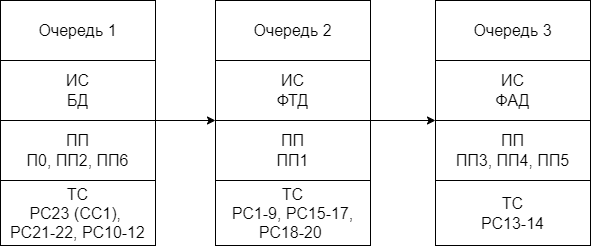
Earlier version of the draw.io export Zaoch/19/img/lab6.png (meesery/PAS). Source tidied: cells renumbered, new cells last; positions are measured from the earlier drawing's top-left corner, leaving out a move shared by most shapes.
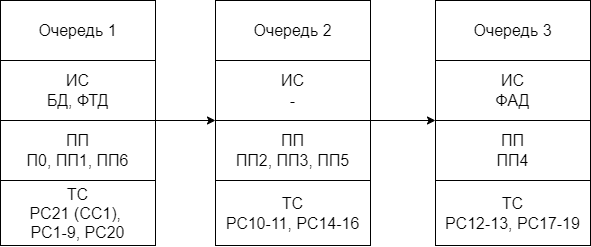
Later version of the same file.

The edit, as a diff of the source:
```diff
@@ -8,13 +8,13 @@
     <mxCell id="3" value="&lt;font style=&quot;font-size: 16px;&quot;&gt;Очередь 1&lt;/font&gt;" style="rounded=0;whiteSpace=wrap;html=1;" parent="1" vertex="1">
       <mxGeometry width="155" height="60" as="geometry" />
     </mxCell>
-    <mxCell id="4" value="&lt;font style=&quot;font-size: 16px;&quot;&gt;ИС&lt;br&gt;БД&lt;br&gt;&lt;/font&gt;" style="rounded=0;whiteSpace=wrap;html=1;" parent="1" vertex="1">
+    <mxCell id="4" value="&lt;font style=&quot;font-size: 16px;&quot;&gt;ИС&lt;br&gt;БД, ФТД&lt;br&gt;&lt;/font&gt;" style="rounded=0;whiteSpace=wrap;html=1;" parent="1" vertex="1">
       <mxGeometry y="60" width="155" height="60" as="geometry" />
     </mxCell>
-    <mxCell id="5" value="&lt;font style=&quot;&quot;&gt;&lt;span style=&quot;font-size: 16px;&quot;&gt;ПП&lt;/span&gt;&lt;br&gt;&lt;font style=&quot;font-size: 16px;&quot;&gt;П0, ПП2, ПП6&lt;/font&gt;&lt;br&gt;&lt;/font&gt;" style="rounded=0;whiteSpace=wrap;html=1;" parent="1" vertex="1">
+    <mxCell id="5" value="&lt;font style=&quot;&quot;&gt;&lt;span style=&quot;font-size: 16px;&quot;&gt;ПП&lt;/span&gt;&lt;br&gt;&lt;font style=&quot;font-size: 16px;&quot;&gt;П0, ПП1, ПП6&lt;/font&gt;&lt;br&gt;&lt;/font&gt;" style="rounded=0;whiteSpace=wrap;html=1;" parent="1" vertex="1">
       <mxGeometry y="120" width="155" height="60" as="geometry" />
     </mxCell>
-    <mxCell id="6" value="&lt;font style=&quot;font-size: 16px;&quot;&gt;&lt;span style=&quot;font-size: 16px;&quot;&gt;ТС&lt;br&gt;&lt;/span&gt;&lt;span style=&quot;background-color: initial;&quot;&gt;РС23 (СС1),&amp;nbsp;&lt;br&gt;&lt;/span&gt;&lt;span style=&quot;line-height: 106%;&quot;&gt;РС21-22, РС10-12&lt;/span&gt;&lt;br&gt;&lt;/font&gt;" style="rounded=0;whiteSpace=wrap;html=1;" parent="1" vertex="1">
+    <mxCell id="6" value="&lt;font style=&quot;font-size: 16px;&quot;&gt;&lt;span style=&quot;font-size: 16px;&quot;&gt;ТС&lt;br&gt;&lt;/span&gt;&lt;span style=&quot;background-color: initial;&quot;&gt;РС21 (СС1),&amp;nbsp;&lt;br&gt;&lt;/span&gt;&lt;span style=&quot;line-height: 106%;&quot;&gt;РС1-9, РС20&lt;/span&gt;&lt;br&gt;&lt;/font&gt;" style="rounded=0;whiteSpace=wrap;html=1;" parent="1" vertex="1">
       <mxGeometry y="180" width="155" height="65" as="geometry" />
     </mxCell>
     <mxCell id="7" style="rounded=0;whiteSpace=wrap;html=1;" parent="1" vertex="1">
@@ -23,13 +23,13 @@
     <mxCell id="8" value="&lt;font style=&quot;font-size: 16px;&quot;&gt;Очередь 2&lt;/font&gt;" style="rounded=0;whiteSpace=wrap;html=1;" parent="1" vertex="1">
       <mxGeometry x="215" width="155" height="60" as="geometry" />
     </mxCell>
-    <mxCell id="9" value="&lt;font style=&quot;font-size: 16px;&quot;&gt;ИС&lt;br&gt;ФТД&lt;br&gt;&lt;/font&gt;" style="rounded=0;whiteSpace=wrap;html=1;" parent="1" vertex="1">
+    <mxCell id="9" value="&lt;font style=&quot;font-size: 16px;&quot;&gt;ИС&lt;br&gt;-&lt;br&gt;&lt;/font&gt;" style="rounded=0;whiteSpace=wrap;html=1;" parent="1" vertex="1">
       <mxGeometry x="215" y="60" width="155" height="60" as="geometry" />
     </mxCell>
-    <mxCell id="10" value="&lt;font style=&quot;&quot;&gt;&lt;span style=&quot;font-size: 16px;&quot;&gt;ПП&lt;/span&gt;&lt;br&gt;&lt;font style=&quot;font-size: 16px;&quot;&gt;ПП1&lt;/font&gt;&lt;br&gt;&lt;/font&gt;" style="rounded=0;whiteSpace=wrap;html=1;" parent="1" vertex="1">
+    <mxCell id="10" value="&lt;font style=&quot;&quot;&gt;&lt;span style=&quot;font-size: 16px;&quot;&gt;ПП&lt;/span&gt;&lt;br&gt;&lt;font style=&quot;font-size: 16px;&quot;&gt;ПП2, ПП3, ПП5&lt;/font&gt;&lt;br&gt;&lt;/font&gt;" style="rounded=0;whiteSpace=wrap;html=1;" parent="1" vertex="1">
       <mxGeometry x="215" y="120" width="155" height="60" as="geometry" />
     </mxCell>
-    <mxCell id="11" value="&lt;font style=&quot;&quot;&gt;&lt;span style=&quot;font-size: 16px;&quot;&gt;ТС&lt;/span&gt;&lt;br&gt;&lt;font style=&quot;font-size: 16px;&quot;&gt;РС1-9, РС15-17, РС18-20&amp;nbsp;&lt;/font&gt;&lt;br&gt;&lt;/font&gt;" style="rounded=0;whiteSpace=wrap;html=1;" parent="1" vertex="1">
+    <mxCell id="11" value="&lt;font style=&quot;&quot;&gt;&lt;span style=&quot;font-size: 16px;&quot;&gt;ТС&lt;/span&gt;&lt;br&gt;&lt;font style=&quot;font-size: 16px;&quot;&gt;РС10-11, РС14-16&lt;/font&gt;&lt;br&gt;&lt;/font&gt;" style="rounded=0;whiteSpace=wrap;html=1;" parent="1" vertex="1">
       <mxGeometry x="215" y="180" width="155" height="65" as="geometry" />
     </mxCell>
     <mxCell id="12" style="endArrow=classic;html=1;rounded=0;exitX=1;exitY=1;exitDx=0;exitDy=0;entryX=0;entryY=1;entryDx=0;entryDy=0;" parent="1" edge="1" source="4" target="9">
@@ -44,10 +44,10 @@
     <mxCell id="15" value="&lt;font style=&quot;font-size: 16px;&quot;&gt;ИС&lt;br&gt;ФАД&lt;br&gt;&lt;/font&gt;" style="rounded=0;whiteSpace=wrap;html=1;" parent="1" vertex="1">
       <mxGeometry x="435" y="60" width="155" height="60" as="geometry" />
     </mxCell>
-    <mxCell id="16" value="&lt;font style=&quot;font-size: 16px;&quot;&gt;ПП&lt;br&gt;ПП3, ПП4, ПП5&lt;/font&gt;" style="rounded=0;whiteSpace=wrap;html=1;" parent="1" vertex="1">
+    <mxCell id="16" value="&lt;font style=&quot;font-size: 16px;&quot;&gt;ПП&lt;br&gt;ПП4&lt;/font&gt;" style="rounded=0;whiteSpace=wrap;html=1;" parent="1" vertex="1">
       <mxGeometry x="435" y="120" width="155" height="60" as="geometry" />
     </mxCell>
-    <mxCell id="17" value="&lt;font style=&quot;&quot;&gt;&lt;span style=&quot;font-size: 16px;&quot;&gt;ТС&lt;/span&gt;&lt;br&gt;&lt;font style=&quot;font-size: 16px;&quot;&gt;РС13-14&lt;/font&gt;&lt;br&gt;&lt;/font&gt;" style="rounded=0;whiteSpace=wrap;html=1;" parent="1" vertex="1">
+    <mxCell id="17" value="&lt;font style=&quot;&quot;&gt;&lt;span style=&quot;font-size: 16px;&quot;&gt;ТС&lt;/span&gt;&lt;br&gt;&lt;font style=&quot;font-size: 16px;&quot;&gt;РС12-13, РС17-19&lt;/font&gt;&lt;br&gt;&lt;/font&gt;" style="rounded=0;whiteSpace=wrap;html=1;" parent="1" vertex="1">
       <mxGeometry x="435" y="180" width="155" height="65" as="geometry" />
     </mxCell>
     <mxCell id="18" style="endArrow=classic;html=1;rounded=0;exitX=1;exitY=1;exitDx=0;exitDy=0;entryX=0;entryY=0;entryDx=0;entryDy=0;" parent="1" edge="1" source="9" target="16">
```
